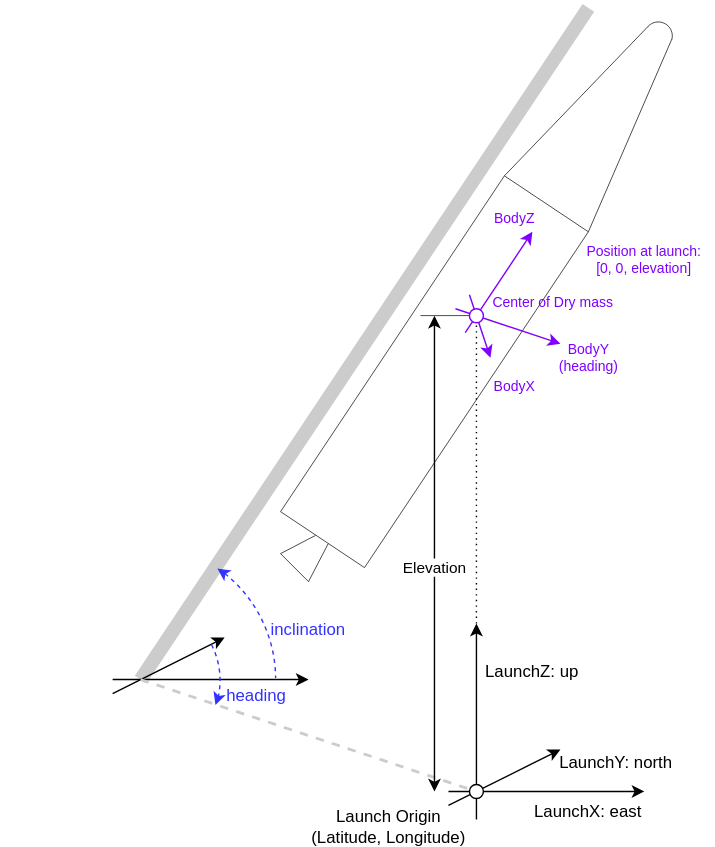
This is doc/figures/Coordinates.drawio.svg from ARRC-Rocket/BalloonPoppingChallenge, a draw.io export, as it was before one commit. Source tidied: cells renumbered, new cells last; positions are measured from the earlier drawing's top-left corner, leaving out a move shared by most shapes. The source it was exported from:
```xml
<mxGraphModel background="#FFFFFF">
  <root>
    <mxCell id="0" />
    <mxCell id="1" parent="0" />
    <mxCell id="2" style="endArrow=classic;html=1;rounded=0;entryX=1;entryY=0;entryDx=0;entryDy=0;" parent="1" edge="1" target="5">
      <mxGeometry relative="1" as="geometry">
        <mxPoint x="320" y="560" as="sourcePoint" />
      </mxGeometry>
    </mxCell>
    <mxCell id="3" style="endArrow=classic;html=1;rounded=0;" parent="1" edge="1">
      <mxGeometry relative="1" as="geometry">
        <mxPoint x="340" y="580" as="sourcePoint" />
        <mxPoint x="340" y="440" as="targetPoint" />
      </mxGeometry>
    </mxCell>
    <mxCell id="4" style="endArrow=classic;html=1;rounded=0;" parent="1" edge="1">
      <mxGeometry relative="1" as="geometry">
        <mxPoint x="320" y="570" as="sourcePoint" />
        <mxPoint x="400" y="530" as="targetPoint" />
      </mxGeometry>
    </mxCell>
    <mxCell id="5" value="LaunchX: east" style="text;html=1;whiteSpace=wrap;strokeColor=none;fillColor=none;align=center;verticalAlign=middle;rounded=0;" parent="1" vertex="1">
      <mxGeometry x="380" y="560" width="80" height="30" as="geometry" />
    </mxCell>
    <mxCell id="6" value="LaunchY: north" style="text;html=1;whiteSpace=wrap;strokeColor=none;fillColor=none;align=center;verticalAlign=middle;rounded=0;" parent="1" vertex="1">
      <mxGeometry x="390" y="525" width="100" height="30" as="geometry" />
    </mxCell>
    <mxCell id="7" value="LaunchZ: up" style="text;html=1;whiteSpace=wrap;strokeColor=none;fillColor=none;align=center;verticalAlign=middle;rounded=0;" parent="1" vertex="1">
      <mxGeometry x="330" y="460" width="100" height="30" as="geometry" />
    </mxCell>
    <mxCell id="8" style="endArrow=none;html=1;rounded=0;strokeWidth=10;strokeColor=#CCCCCC;" parent="1" edge="1">
      <mxGeometry relative="1" as="geometry">
        <mxPoint x="100" y="480" as="sourcePoint" />
        <mxPoint x="420" as="targetPoint" />
      </mxGeometry>
    </mxCell>
    <mxCell id="9" style="endArrow=none;html=1;rounded=0;strokeWidth=0.5;" parent="1" edge="1">
      <mxGeometry relative="1" as="geometry">
        <mxPoint x="200" y="360" as="sourcePoint" />
        <mxPoint x="360" y="120" as="targetPoint" />
      </mxGeometry>
    </mxCell>
    <mxCell id="10" style="ellipse;whiteSpace=wrap;html=1;" parent="1" vertex="1">
      <mxGeometry x="335" y="555" width="10" height="10" as="geometry" />
    </mxCell>
    <mxCell id="11" value="Launch Origin&lt;br&gt;(Latitude, Longitude)" style="text;html=1;whiteSpace=wrap;strokeColor=none;fillColor=none;align=center;verticalAlign=middle;rounded=0;" parent="1" vertex="1">
      <mxGeometry x="220" y="570" width="115" height="30" as="geometry" />
    </mxCell>
    <mxCell id="12" style="endArrow=none;html=1;rounded=0;strokeWidth=0.5;" parent="1" edge="1">
      <mxGeometry relative="1" as="geometry">
        <mxPoint x="260" y="400" as="sourcePoint" />
        <mxPoint x="420" y="160" as="targetPoint" />
      </mxGeometry>
    </mxCell>
    <mxCell id="13" style="endArrow=none;html=1;rounded=0;strokeWidth=0.5;" parent="1" edge="1">
      <mxGeometry relative="1" as="geometry">
        <mxPoint x="260" y="400" as="sourcePoint" />
        <mxPoint x="200" y="360" as="targetPoint" />
      </mxGeometry>
    </mxCell>
    <mxCell id="14" style="endArrow=none;html=1;rounded=0;strokeWidth=0.5;" parent="1" edge="1">
      <mxGeometry relative="1" as="geometry">
        <mxPoint x="420" y="160" as="sourcePoint" />
        <mxPoint x="360" y="120" as="targetPoint" />
      </mxGeometry>
    </mxCell>
    <mxCell id="15" value="&lt;font style=&quot;color: rgb(127, 0, 255);&quot;&gt;Center of Dry mass&lt;/font&gt;" style="text;html=1;whiteSpace=wrap;strokeColor=none;fillColor=none;align=center;verticalAlign=middle;rounded=0;fontSize=10;" parent="1" vertex="1">
      <mxGeometry x="335" y="195" width="120" height="30" as="geometry" />
    </mxCell>
    <mxCell id="16" style="endArrow=none;dashed=1;html=1;dashPattern=1 3;strokeWidth=1;rounded=0;" parent="1" edge="1">
      <mxGeometry relative="1" as="geometry">
        <mxPoint x="340" y="440" as="sourcePoint" />
        <mxPoint x="340" y="220" as="targetPoint" />
      </mxGeometry>
    </mxCell>
    <mxCell id="17" style="shape=mxgraph.basic.arc;html=1;startAngle=0.0962732075153364;endAngle=0.2482887224766688;endArrow=none;endFill=0;startArrow=classic;startFill=1;dashed=1;strokeColor=#3333FF;" parent="1" vertex="1">
      <mxGeometry y="380" width="200" height="200" as="geometry" />
    </mxCell>
    <mxCell id="18" value="inclination" style="text;html=1;whiteSpace=wrap;strokeColor=none;fillColor=none;align=center;verticalAlign=middle;rounded=0;fontColor=#3333FF;rotation=0;" parent="1" vertex="1">
      <mxGeometry x="190" y="430" width="60" height="30" as="geometry" />
    </mxCell>
    <mxCell id="19" style="endArrow=classic;html=1;rounded=0;" parent="1" edge="1">
      <mxGeometry relative="1" as="geometry">
        <mxPoint x="80" y="490" as="sourcePoint" />
        <mxPoint x="160" y="450" as="targetPoint" />
      </mxGeometry>
    </mxCell>
    <mxCell id="20" style="endArrow=classic;html=1;rounded=0;entryX=1;entryY=0;entryDx=0;entryDy=0;" parent="1" edge="1">
      <mxGeometry relative="1" as="geometry">
        <mxPoint x="80" y="480" as="sourcePoint" />
        <mxPoint x="220" y="480" as="targetPoint" />
      </mxGeometry>
    </mxCell>
    <mxCell id="21" style="endArrow=none;html=1;strokeWidth=2;rounded=0;strokeColor=#CCCCCC;dashed=1;" parent="1" edge="1" target="10">
      <mxGeometry relative="1" as="geometry">
        <mxPoint x="100" y="480" as="sourcePoint" />
      </mxGeometry>
    </mxCell>
    <mxCell id="22" style="shape=mxgraph.basic.arc;html=1;startAngle=0.17697704965305494;endAngle=0.30225524806255316;endArrow=classic;endFill=1;startArrow=none;startFill=0;dashed=1;strokeColor=#3333FF;" parent="1" vertex="1">
      <mxGeometry x="40" y="420" width="120" height="120" as="geometry" />
    </mxCell>
    <mxCell id="23" value="heading" style="text;html=1;whiteSpace=wrap;strokeColor=none;fillColor=none;align=center;verticalAlign=middle;rounded=0;fontColor=#3333FF;rotation=0;" parent="1" vertex="1">
      <mxGeometry x="153" y="477" width="60" height="30" as="geometry" />
    </mxCell>
    <mxCell id="24" style="endArrow=none;html=1;rounded=0;strokeWidth=0.5;" parent="1" edge="1">
      <mxGeometry relative="1" as="geometry">
        <mxPoint x="300" y="219.9" as="sourcePoint" />
        <mxPoint x="340" y="219.9" as="targetPoint" />
      </mxGeometry>
    </mxCell>
    <mxCell id="25" style="endArrow=classic;startArrow=classic;html=1;rounded=0;" parent="1" edge="1">
      <mxGeometry relative="1" as="geometry">
        <mxPoint x="310" y="560" as="sourcePoint" />
        <mxPoint x="310" y="220" as="targetPoint" />
      </mxGeometry>
    </mxCell>
    <mxCell id="26" value="Elevation" style="edgeLabel;html=1;align=center;verticalAlign=middle;" parent="25" vertex="1">
      <mxGeometry x="0.42" y="-2" relative="1" as="geometry">
        <mxPoint x="-2" y="81" as="offset" />
      </mxGeometry>
    </mxCell>
    <mxCell id="27" style="endArrow=none;html=1;rounded=0;entryX=0.14;entryY=0.153;entryDx=0;entryDy=0;entryPerimeter=0;strokeWidth=0.5;" parent="1" edge="1" target="29">
      <mxGeometry relative="1" as="geometry">
        <mxPoint x="360" y="120" as="sourcePoint" />
      </mxGeometry>
    </mxCell>
    <mxCell id="28" style="endArrow=none;html=1;rounded=0;entryX=0.982;entryY=0.616;entryDx=0;entryDy=0;entryPerimeter=0;strokeWidth=0.5;" parent="1" edge="1" target="29">
      <mxGeometry relative="1" as="geometry">
        <mxPoint x="420" y="160" as="sourcePoint" />
      </mxGeometry>
    </mxCell>
    <mxCell id="29" style="verticalLabelPosition=bottom;verticalAlign=top;html=1;shape=mxgraph.basic.arc;startAngle=0.863810378704208;endAngle=0.29222891308104487;strokeWidth=0.5;" parent="1" vertex="1">
      <mxGeometry x="460" y="10" width="20" height="20" as="geometry" />
    </mxCell>
    <mxCell id="30" style="endArrow=none;html=1;rounded=0;strokeWidth=0.5;" parent="1" edge="1">
      <mxGeometry relative="1" as="geometry">
        <mxPoint x="200" y="390" as="sourcePoint" />
        <mxPoint x="225" y="377" as="targetPoint" />
      </mxGeometry>
    </mxCell>
    <mxCell id="31" style="endArrow=none;html=1;rounded=0;strokeWidth=0.5;" parent="1" edge="1">
      <mxGeometry relative="1" as="geometry">
        <mxPoint x="220" y="410" as="sourcePoint" />
        <mxPoint x="200" y="390" as="targetPoint" />
      </mxGeometry>
    </mxCell>
    <mxCell id="32" style="endArrow=classic;html=1;strokeWidth=1;rounded=0;strokeColor=#7F00FF;align=center;verticalAlign=middle;fontFamily=Helvetica;fontSize=11;fontColor=default;labelBackgroundColor=default;" parent="1" edge="1">
      <mxGeometry relative="1" as="geometry">
        <mxPoint x="325" y="215" as="sourcePoint" />
        <mxPoint x="400" y="240" as="targetPoint" />
      </mxGeometry>
    </mxCell>
    <mxCell id="33" style="endArrow=classic;html=1;strokeWidth=1;rounded=0;strokeColor=#7F00FF;align=center;verticalAlign=middle;fontFamily=Helvetica;fontSize=11;fontColor=default;labelBackgroundColor=default;" parent="1" edge="1">
      <mxGeometry relative="1" as="geometry">
        <mxPoint x="332" y="232" as="sourcePoint" />
        <mxPoint x="380" y="160" as="targetPoint" />
      </mxGeometry>
    </mxCell>
    <mxCell id="34" style="endArrow=classic;html=1;strokeWidth=1;rounded=0;strokeColor=#7F00FF;align=center;verticalAlign=middle;fontFamily=Helvetica;fontSize=11;fontColor=default;labelBackgroundColor=default;" parent="1" edge="1">
      <mxGeometry relative="1" as="geometry">
        <mxPoint x="335" y="205" as="sourcePoint" />
        <mxPoint x="350" y="250" as="targetPoint" />
      </mxGeometry>
    </mxCell>
    <mxCell id="35" style="ellipse;whiteSpace=wrap;html=1;strokeColor=#7F00FF;" parent="1" vertex="1">
      <mxGeometry x="335" y="215" width="10" height="10" as="geometry" />
    </mxCell>
    <mxCell id="36" value="BodyX" style="text;html=1;whiteSpace=wrap;strokeColor=none;fillColor=none;align=center;verticalAlign=middle;rounded=0;fontColor=#7F00FF;fontSize=10;" parent="1" vertex="1">
      <mxGeometry x="345" y="260" width="45" height="20" as="geometry" />
    </mxCell>
    <mxCell id="37" value="BodyY (heading)" style="text;html=1;whiteSpace=wrap;strokeColor=none;fillColor=none;align=center;verticalAlign=middle;rounded=0;fontColor=#7F00FF;fontSize=10;" parent="1" vertex="1">
      <mxGeometry x="397.5" y="240" width="45" height="20" as="geometry" />
    </mxCell>
    <mxCell id="38" value="BodyZ" style="text;html=1;whiteSpace=wrap;strokeColor=none;fillColor=none;align=center;verticalAlign=middle;rounded=0;fontColor=#7F00FF;fontSize=10;" parent="1" vertex="1">
      <mxGeometry x="345" y="140" width="45" height="20" as="geometry" />
    </mxCell>
    <mxCell id="39" value="Position at launch:&lt;br&gt;[0, 0, elevation]" style="text;html=1;whiteSpace=wrap;strokeColor=none;fillColor=none;align=center;verticalAlign=middle;rounded=0;fontColor=#7F00FF;fontSize=10;" parent="1" vertex="1">
      <mxGeometry x="410" y="170" width="100" height="20" as="geometry" />
    </mxCell>
    <mxCell id="40" style="endArrow=none;html=1;rounded=0;strokeWidth=0.5;" parent="1" edge="1">
      <mxGeometry relative="1" as="geometry">
        <mxPoint x="220" y="410" as="sourcePoint" />
        <mxPoint x="234" y="383" as="targetPoint" />
      </mxGeometry>
    </mxCell>
  </root>
</mxGraphModel>
```
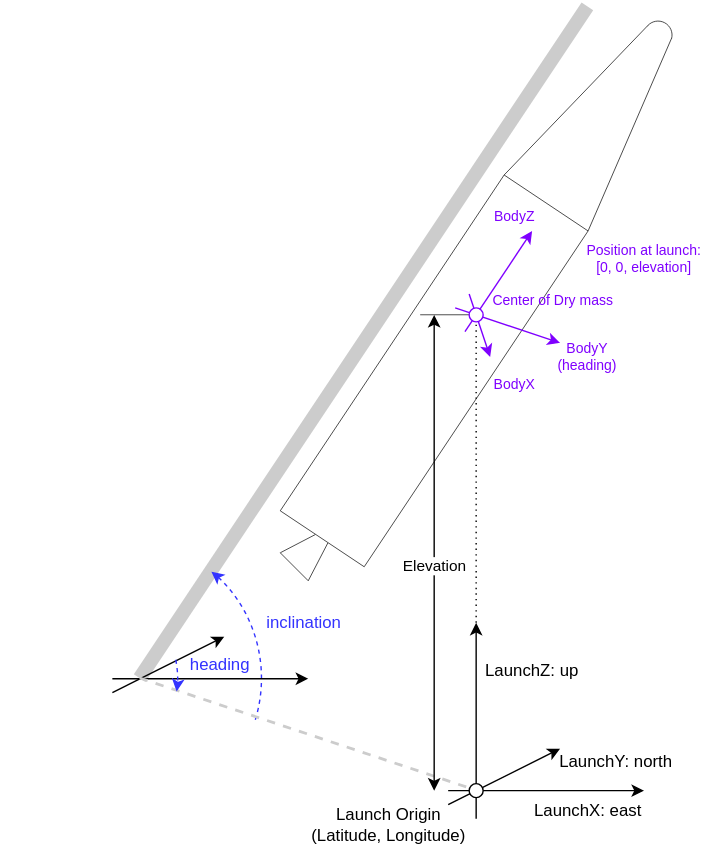
Above is the later version.

Commit message:
Fix inclination indication

Change to the diagram source:
```diff
@@ -73,11 +73,11 @@
         <mxPoint x="340" y="220" as="targetPoint" />
       </mxGeometry>
     </mxCell>
-    <mxCell id="17" style="shape=mxgraph.basic.arc;html=1;startAngle=0.0962732075153364;endAngle=0.2482887224766688;endArrow=none;endFill=0;startArrow=classic;startFill=1;dashed=1;strokeColor=#3333FF;" parent="1" vertex="1">
-      <mxGeometry y="380" width="200" height="200" as="geometry" />
+    <mxCell id="17" style="shape=mxgraph.basic.arc;html=1;startAngle=0.10435720008007636;endAngle=0.2991003019407041;endArrow=none;endFill=0;startArrow=classic;startFill=1;dashed=1;strokeColor=#3333FF;" parent="1" vertex="1">
+      <mxGeometry y="380" width="190" height="200" as="geometry" />
     </mxCell>
     <mxCell id="18" value="inclination" style="text;html=1;whiteSpace=wrap;strokeColor=none;fillColor=none;align=center;verticalAlign=middle;rounded=0;fontColor=#3333FF;rotation=0;" parent="1" vertex="1">
-      <mxGeometry x="190" y="430" width="60" height="30" as="geometry" />
+      <mxGeometry x="187" y="426" width="60" height="30" as="geometry" />
     </mxCell>
     <mxCell id="19" style="endArrow=classic;html=1;rounded=0;" parent="1" edge="1">
       <mxGeometry relative="1" as="geometry">
@@ -96,11 +96,11 @@
         <mxPoint x="100" y="480" as="sourcePoint" />
       </mxGeometry>
     </mxCell>
-    <mxCell id="22" style="shape=mxgraph.basic.arc;html=1;startAngle=0.17697704965305494;endAngle=0.30225524806255316;endArrow=classic;endFill=1;startArrow=none;startFill=0;dashed=1;strokeColor=#3333FF;" parent="1" vertex="1">
-      <mxGeometry x="40" y="420" width="120" height="120" as="geometry" />
+    <mxCell id="22" style="shape=mxgraph.basic.arc;html=1;startAngle=0.21141335785706986;endAngle=0.27575722715888973;endArrow=classic;endFill=1;startArrow=none;startFill=0;dashed=1;strokeColor=#3333FF;" parent="1" vertex="1">
+      <mxGeometry x="40" y="420" width="90" height="120" as="geometry" />
     </mxCell>
     <mxCell id="23" value="heading" style="text;html=1;whiteSpace=wrap;strokeColor=none;fillColor=none;align=center;verticalAlign=middle;rounded=0;fontColor=#3333FF;rotation=0;" parent="1" vertex="1">
-      <mxGeometry x="153" y="477" width="60" height="30" as="geometry" />
+      <mxGeometry x="127" y="456" width="60" height="30" as="geometry" />
     </mxCell>
     <mxCell id="24" style="endArrow=none;html=1;rounded=0;strokeWidth=0.5;" parent="1" edge="1">
       <mxGeometry relative="1" as="geometry">
```
